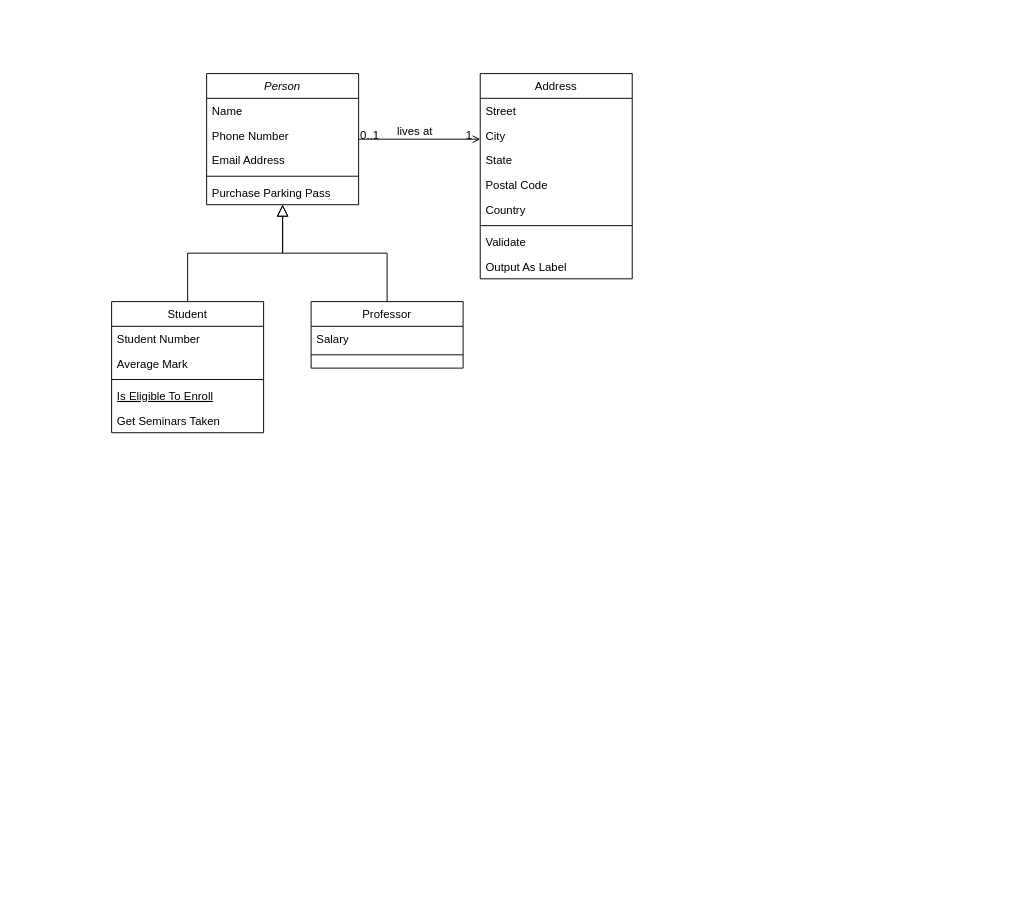
Earlier version of the draw.io diagram blog-api.drawio (Iam-cesar/blog-api). Source tidied: cells renumbered, new cells numbered last; positions are measured from the earlier drawing's top-left corner, leaving out a move shared by most shapes. Both pictures are drawn from the tidied source at 95%, with x=0, y=0 at pixel (111, 73).
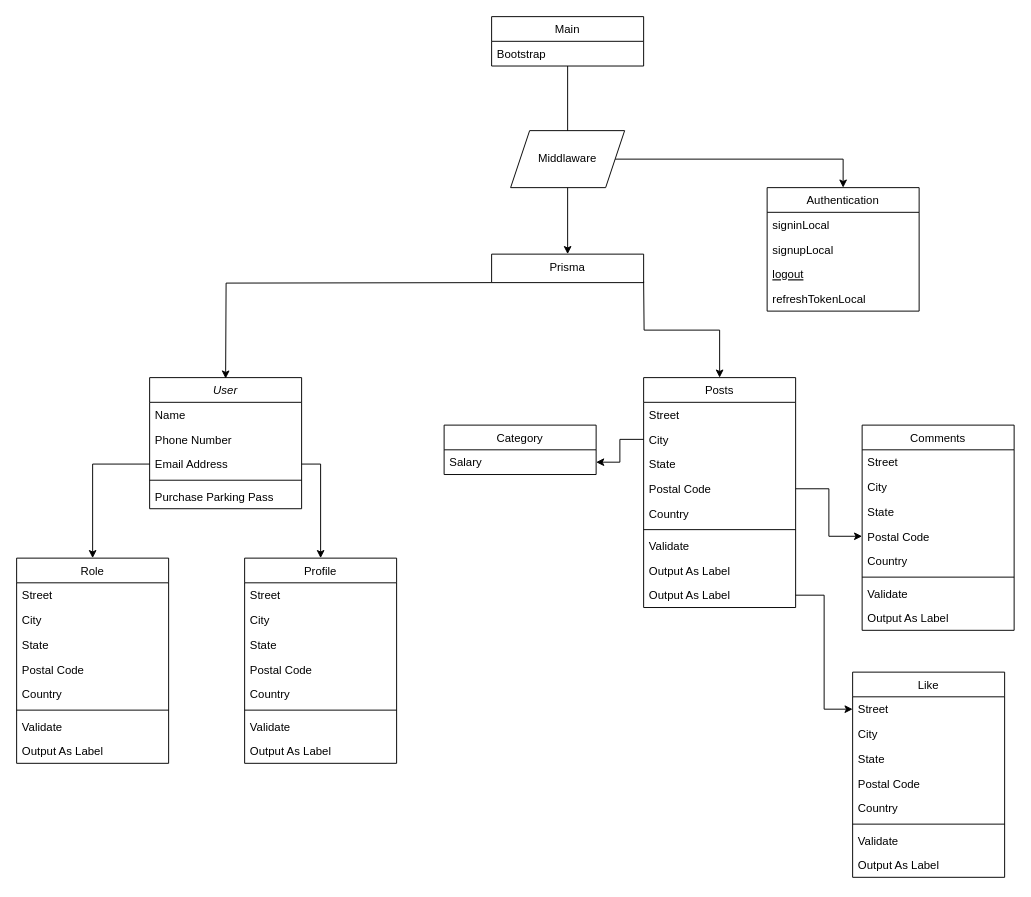
The same diagram, later.

Unchanged cells that the change refers to:
```xml
<mxCell id="5" value="Email Address" style="text;align=left;verticalAlign=top;spacingLeft=4;spacingRight=4;overflow=hidden;points=[[0,0.5],[1,0.5]];portConstraint=eastwest;rounded=0;shadow=0;html=0;" parent="2" vertex="1">
  <mxGeometry y="78" width="160" height="26" as="geometry" />
</mxCell>
<mxCell id="16" value="Salary" style="text;align=left;verticalAlign=top;spacingLeft=4;spacingRight=4;overflow=hidden;points=[[0,0.5],[1,0.5]];portConstraint=eastwest;" parent="15" vertex="1">
  <mxGeometry y="26" width="160" height="26" as="geometry" />
</mxCell>
```

Diff of the diagram source:
```diff
@@
-    <mxCell id="2" value="Person" style="swimlane;fontStyle=2;align=center;verticalAlign=top;horizontal=1;startSize=26;rounded=0;shadow=0;strokeWidth=1;" parent="1" vertex="1">
-      <mxGeometry x="100" width="160" height="138" as="geometry" />
+    <mxCell id="2" value="User" style="swimlane;fontStyle=2;align=center;verticalAlign=top;horizontal=1;startSize=26;rounded=0;shadow=0;strokeWidth=1;" parent="1" vertex="1">
+      <mxGeometry x="40" y="320" width="160" height="138" as="geometry" />
     </mxCell>
@@
-    <mxCell id="8" value="Student" style="swimlane;fontStyle=0;align=center;verticalAlign=top;horizontal=1;startSize=26;rounded=0;shadow=0;strokeWidth=1;" parent="1" vertex="1">
-      <mxGeometry y="240" width="160" height="138" as="geometry" />
+    <mxCell id="8" value="Authentication" style="swimlane;fontStyle=0;align=center;verticalAlign=top;horizontal=1;startSize=26;rounded=0;shadow=0;strokeWidth=1;" parent="1" vertex="1">
+      <mxGeometry x="690" y="120" width="160" height="130" as="geometry" />
     </mxCell>
-    <mxCell id="9" value="Student Number" style="text;align=left;verticalAlign=top;spacingLeft=4;spacingRight=4;overflow=hidden;" parent="8" vertex="1">
+    <mxCell id="9" value="signinLocal" style="text;align=left;verticalAlign=top;spacingLeft=4;spacingRight=4;overflow=hidden;" parent="8" vertex="1">
       <mxGeometry y="26" width="160" height="26" as="geometry" />
     </mxCell>
-    <mxCell id="10" value="Average Mark" style="text;align=left;verticalAlign=top;spacingLeft=4;spacingRight=4;overflow=hidden;rounded=0;shadow=0;html=0;" parent="8" vertex="1">
+    <mxCell id="10" value="signupLocal" style="text;align=left;verticalAlign=top;spacingLeft=4;spacingRight=4;overflow=hidden;rounded=0;shadow=0;html=0;" parent="8" vertex="1">
       <mxGeometry y="52" width="160" height="26" as="geometry" />
     </mxCell>
-    <mxCell id="11" style="line;html=1;strokeWidth=1;align=left;verticalAlign=middle;spacingTop=-1;spacingLeft=3;spacingRight=3;labelPosition=right;" parent="8" vertex="1">
-      <mxGeometry y="78" width="160" height="8" as="geometry" />
-    </mxCell>
-    <mxCell id="12" value="Is Eligible To Enroll" style="text;align=left;verticalAlign=top;spacingLeft=4;spacingRight=4;overflow=hidden;fontStyle=4;" parent="8" vertex="1">
-      <mxGeometry y="86" width="160" height="26" as="geometry" />
+    <mxCell id="12" value="logout" style="text;align=left;verticalAlign=top;spacingLeft=4;spacingRight=4;overflow=hidden;fontStyle=4;" parent="8" vertex="1">
+      <mxGeometry y="78" width="160" height="26" as="geometry" />
     </mxCell>
-    <mxCell id="13" value="Get Seminars Taken" style="text;align=left;verticalAlign=top;spacingLeft=4;spacingRight=4;overflow=hidden;" parent="8" vertex="1">
-      <mxGeometry y="112" width="160" height="26" as="geometry" />
+    <mxCell id="13" value="refreshTokenLocal" style="text;align=left;verticalAlign=top;spacingLeft=4;spacingRight=4;overflow=hidden;" parent="8" vertex="1">
+      <mxGeometry y="104" width="160" height="26" as="geometry" />
     </mxCell>
-    <mxCell id="14" style="endArrow=block;endSize=10;endFill=0;shadow=0;strokeWidth=1;rounded=0;edgeStyle=elbowEdgeStyle;elbow=vertical;" parent="1" edge="1" source="8" target="2">
-      <mxGeometry relative="1" as="geometry" />
-    </mxCell>
-    <mxCell id="15" value="Professor" style="swimlane;fontStyle=0;align=center;verticalAlign=top;horizontal=1;startSize=26;rounded=0;shadow=0;strokeWidth=1;" parent="1" vertex="1">
-      <mxGeometry x="210" y="240" width="160" height="70" as="geometry" />
+    <mxCell id="15" value="Category&#10;" style="swimlane;fontStyle=0;align=center;verticalAlign=top;horizontal=1;startSize=26;rounded=0;shadow=0;strokeWidth=1;" parent="1" vertex="1">
+      <mxGeometry x="350" y="370" width="160" height="52" as="geometry" />
     </mxCell>
@@
-    <mxCell id="17" style="line;html=1;strokeWidth=1;align=left;verticalAlign=middle;spacingTop=-1;spacingLeft=3;spacingRight=3;labelPosition=right;" parent="15" vertex="1">
-      <mxGeometry y="52" width="160" height="8" as="geometry" />
-    </mxCell>
-    <mxCell id="18" style="endArrow=block;endSize=10;endFill=0;shadow=0;strokeWidth=1;rounded=0;edgeStyle=elbowEdgeStyle;elbow=vertical;" parent="1" edge="1" source="15" target="2">
-      <mxGeometry relative="1" as="geometry" />
-    </mxCell>
-    <mxCell id="19" value="Address" style="swimlane;fontStyle=0;align=center;verticalAlign=top;horizontal=1;startSize=26;rounded=0;shadow=0;strokeWidth=1;" parent="1" vertex="1">
-      <mxGeometry x="388" width="160" height="216" as="geometry" />
+    <mxCell id="19" value="Profile" style="swimlane;fontStyle=0;align=center;verticalAlign=top;horizontal=1;startSize=26;rounded=0;shadow=0;strokeWidth=1;" parent="1" vertex="1">
+      <mxGeometry x="140" y="510" width="160" height="216" as="geometry" />
     </mxCell>
@@
-    <mxCell id="28" style="endArrow=open;shadow=0;strokeWidth=1;rounded=0;endFill=1;edgeStyle=elbowEdgeStyle;elbow=vertical;" parent="1" edge="1" source="2" target="19">
-      <mxGeometry x="0.5" y="41" relative="1" as="geometry">
-        <mxPoint x="-40" y="32" as="offset" />
-      </mxGeometry>
-    </mxCell>
-    <mxCell id="29" value="0..1" style="align=left;verticalAlign=bottom;labelBackgroundColor=none;fontSize=12;" parent="28" vertex="1">
-      <mxGeometry x="-1" relative="1" as="geometry">
-        <mxPoint y="4" as="offset" />
-      </mxGeometry>
-    </mxCell>
-    <mxCell id="30" value="1" style="align=right;verticalAlign=bottom;labelBackgroundColor=none;fontSize=12;" parent="28" vertex="1">
-      <mxGeometry x="1" relative="1" as="geometry">
-        <mxPoint x="-7" y="4" as="offset" />
-      </mxGeometry>
-    </mxCell>
-    <mxCell id="31" value="lives at" style="text;html=1;align=center;verticalAlign=middle;labelBackgroundColor=none;rounded=0;shadow=0;strokeWidth=1;fontSize=12;" parent="28" vertex="1">
-      <mxGeometry x="0.5" y="49" relative="1" as="geometry">
-        <mxPoint x="-38" y="40" as="offset" />
-      </mxGeometry>
-    </mxCell>
+    <mxCell id="32" value="Comments" style="swimlane;fontStyle=0;align=center;verticalAlign=top;horizontal=1;startSize=26;rounded=0;shadow=0;strokeWidth=1;" parent="1" vertex="1">
+      <mxGeometry x="790" y="370" width="160" height="216" as="geometry" />
+    </mxCell>
+    <mxCell id="33" value="Street" style="text;align=left;verticalAlign=top;spacingLeft=4;spacingRight=4;overflow=hidden;" parent="32" vertex="1">
+      <mxGeometry y="26" width="160" height="26" as="geometry" />
+    </mxCell>
+    <mxCell id="34" value="City" style="text;align=left;verticalAlign=top;spacingLeft=4;spacingRight=4;overflow=hidden;rounded=0;shadow=0;html=0;" parent="32" vertex="1">
+      <mxGeometry y="52" width="160" height="26" as="geometry" />
+    </mxCell>
+    <mxCell id="35" value="State" style="text;align=left;verticalAlign=top;spacingLeft=4;spacingRight=4;overflow=hidden;rounded=0;shadow=0;html=0;" parent="32" vertex="1">
+      <mxGeometry y="78" width="160" height="26" as="geometry" />
+    </mxCell>
+    <mxCell id="36" value="Postal Code" style="text;align=left;verticalAlign=top;spacingLeft=4;spacingRight=4;overflow=hidden;points=[[0,0.5],[1,0.5]];portConstraint=eastwest;rounded=0;shadow=0;html=0;" parent="32" vertex="1">
+      <mxGeometry y="104" width="160" height="26" as="geometry" />
+    </mxCell>
+    <mxCell id="37" value="Country" style="text;align=left;verticalAlign=top;spacingLeft=4;spacingRight=4;overflow=hidden;rounded=0;shadow=0;html=0;" parent="32" vertex="1">
+      <mxGeometry y="130" width="160" height="26" as="geometry" />
+    </mxCell>
+    <mxCell id="38" style="line;html=1;strokeWidth=1;align=left;verticalAlign=middle;spacingTop=-1;spacingLeft=3;spacingRight=3;labelPosition=right;" parent="32" vertex="1">
+      <mxGeometry y="156" width="160" height="8" as="geometry" />
+    </mxCell>
+    <mxCell id="39" value="Validate" style="text;align=left;verticalAlign=top;spacingLeft=4;spacingRight=4;overflow=hidden;" parent="32" vertex="1">
+      <mxGeometry y="164" width="160" height="26" as="geometry" />
+    </mxCell>
+    <mxCell id="40" value="Output As Label" style="text;align=left;verticalAlign=top;spacingLeft=4;spacingRight=4;overflow=hidden;" parent="32" vertex="1">
+      <mxGeometry y="190" width="160" height="26" as="geometry" />
+    </mxCell>
+    <mxCell id="41" value="Like" style="swimlane;fontStyle=0;align=center;verticalAlign=top;horizontal=1;startSize=26;rounded=0;shadow=0;strokeWidth=1;" parent="1" vertex="1">
+      <mxGeometry x="780" y="630" width="160" height="216" as="geometry" />
+    </mxCell>
+    <mxCell id="42" value="Street" style="text;align=left;verticalAlign=top;spacingLeft=4;spacingRight=4;overflow=hidden;points=[[0,0.5],[1,0.5]];portConstraint=eastwest;" parent="41" vertex="1">
+      <mxGeometry y="26" width="160" height="26" as="geometry" />
+    </mxCell>
+    <mxCell id="43" value="City" style="text;align=left;verticalAlign=top;spacingLeft=4;spacingRight=4;overflow=hidden;rounded=0;shadow=0;html=0;" parent="41" vertex="1">
+      <mxGeometry y="52" width="160" height="26" as="geometry" />
+    </mxCell>
+    <mxCell id="44" value="State" style="text;align=left;verticalAlign=top;spacingLeft=4;spacingRight=4;overflow=hidden;rounded=0;shadow=0;html=0;" parent="41" vertex="1">
+      <mxGeometry y="78" width="160" height="26" as="geometry" />
+    </mxCell>
+    <mxCell id="45" value="Postal Code" style="text;align=left;verticalAlign=top;spacingLeft=4;spacingRight=4;overflow=hidden;rounded=0;shadow=0;html=0;" parent="41" vertex="1">
+      <mxGeometry y="104" width="160" height="26" as="geometry" />
+    </mxCell>
+    <mxCell id="46" value="Country" style="text;align=left;verticalAlign=top;spacingLeft=4;spacingRight=4;overflow=hidden;rounded=0;shadow=0;html=0;" parent="41" vertex="1">
+      <mxGeometry y="130" width="160" height="26" as="geometry" />
+    </mxCell>
+    <mxCell id="47" style="line;html=1;strokeWidth=1;align=left;verticalAlign=middle;spacingTop=-1;spacingLeft=3;spacingRight=3;labelPosition=right;" parent="41" vertex="1">
+      <mxGeometry y="156" width="160" height="8" as="geometry" />
+    </mxCell>
+    <mxCell id="48" value="Validate" style="text;align=left;verticalAlign=top;spacingLeft=4;spacingRight=4;overflow=hidden;" parent="41" vertex="1">
+      <mxGeometry y="164" width="160" height="26" as="geometry" />
+    </mxCell>
+    <mxCell id="49" value="Output As Label" style="text;align=left;verticalAlign=top;spacingLeft=4;spacingRight=4;overflow=hidden;" parent="41" vertex="1">
+      <mxGeometry y="190" width="160" height="26" as="geometry" />
+    </mxCell>
+    <mxCell id="50" value="Posts" style="swimlane;fontStyle=0;align=center;verticalAlign=top;horizontal=1;startSize=26;rounded=0;shadow=0;strokeWidth=1;" parent="1" vertex="1">
+      <mxGeometry x="560" y="320" width="160" height="242" as="geometry" />
+    </mxCell>
+    <mxCell id="51" value="Street" style="text;align=left;verticalAlign=top;spacingLeft=4;spacingRight=4;overflow=hidden;" parent="50" vertex="1">
+      <mxGeometry y="26" width="160" height="26" as="geometry" />
+    </mxCell>
+    <mxCell id="52" value="City" style="text;align=left;verticalAlign=top;spacingLeft=4;spacingRight=4;overflow=hidden;points=[[0,0.5],[1,0.5]];portConstraint=eastwest;rounded=0;shadow=0;html=0;" parent="50" vertex="1">
+      <mxGeometry y="52" width="160" height="26" as="geometry" />
+    </mxCell>
+    <mxCell id="53" value="State" style="text;align=left;verticalAlign=top;spacingLeft=4;spacingRight=4;overflow=hidden;rounded=0;shadow=0;html=0;" parent="50" vertex="1">
+      <mxGeometry y="78" width="160" height="26" as="geometry" />
+    </mxCell>
+    <mxCell id="54" value="Postal Code" style="text;align=left;verticalAlign=top;spacingLeft=4;spacingRight=4;overflow=hidden;points=[[0,0.5],[1,0.5]];portConstraint=eastwest;rounded=0;shadow=0;html=0;" parent="50" vertex="1">
+      <mxGeometry y="104" width="160" height="26" as="geometry" />
+    </mxCell>
+    <mxCell id="55" value="Country" style="text;align=left;verticalAlign=top;spacingLeft=4;spacingRight=4;overflow=hidden;rounded=0;shadow=0;html=0;" parent="50" vertex="1">
+      <mxGeometry y="130" width="160" height="26" as="geometry" />
+    </mxCell>
+    <mxCell id="56" style="line;html=1;strokeWidth=1;align=left;verticalAlign=middle;spacingTop=-1;spacingLeft=3;spacingRight=3;labelPosition=right;" parent="50" vertex="1">
+      <mxGeometry y="156" width="160" height="8" as="geometry" />
+    </mxCell>
+    <mxCell id="57" value="Validate" style="text;align=left;verticalAlign=top;spacingLeft=4;spacingRight=4;overflow=hidden;" parent="50" vertex="1">
+      <mxGeometry y="164" width="160" height="26" as="geometry" />
+    </mxCell>
+    <mxCell id="58" value="Output As Label" style="text;align=left;verticalAlign=top;spacingLeft=4;spacingRight=4;overflow=hidden;" parent="50" vertex="1">
+      <mxGeometry y="190" width="160" height="26" as="geometry" />
+    </mxCell>
+    <mxCell id="59" value="Output As Label" style="text;align=left;verticalAlign=top;spacingLeft=4;spacingRight=4;overflow=hidden;points=[[0,0.5],[1,0.5]];portConstraint=eastwest;" parent="50" vertex="1">
+      <mxGeometry y="216" width="160" height="26" as="geometry" />
+    </mxCell>
+    <mxCell id="60" value="Role" style="swimlane;fontStyle=0;align=center;verticalAlign=top;horizontal=1;startSize=26;rounded=0;shadow=0;strokeWidth=1;" parent="1" vertex="1">
+      <mxGeometry x="-100" y="510" width="160" height="216" as="geometry" />
+    </mxCell>
+    <mxCell id="61" value="Street" style="text;align=left;verticalAlign=top;spacingLeft=4;spacingRight=4;overflow=hidden;" parent="60" vertex="1">
+      <mxGeometry y="26" width="160" height="26" as="geometry" />
+    </mxCell>
+    <mxCell id="62" value="City" style="text;align=left;verticalAlign=top;spacingLeft=4;spacingRight=4;overflow=hidden;rounded=0;shadow=0;html=0;" parent="60" vertex="1">
+      <mxGeometry y="52" width="160" height="26" as="geometry" />
+    </mxCell>
+    <mxCell id="63" value="State" style="text;align=left;verticalAlign=top;spacingLeft=4;spacingRight=4;overflow=hidden;rounded=0;shadow=0;html=0;" parent="60" vertex="1">
+      <mxGeometry y="78" width="160" height="26" as="geometry" />
+    </mxCell>
+    <mxCell id="64" value="Postal Code" style="text;align=left;verticalAlign=top;spacingLeft=4;spacingRight=4;overflow=hidden;rounded=0;shadow=0;html=0;" parent="60" vertex="1">
+      <mxGeometry y="104" width="160" height="26" as="geometry" />
+    </mxCell>
+    <mxCell id="65" value="Country" style="text;align=left;verticalAlign=top;spacingLeft=4;spacingRight=4;overflow=hidden;rounded=0;shadow=0;html=0;" parent="60" vertex="1">
+      <mxGeometry y="130" width="160" height="26" as="geometry" />
+    </mxCell>
+    <mxCell id="66" style="line;html=1;strokeWidth=1;align=left;verticalAlign=middle;spacingTop=-1;spacingLeft=3;spacingRight=3;labelPosition=right;" parent="60" vertex="1">
+      <mxGeometry y="156" width="160" height="8" as="geometry" />
+    </mxCell>
+    <mxCell id="67" value="Validate" style="text;align=left;verticalAlign=top;spacingLeft=4;spacingRight=4;overflow=hidden;" parent="60" vertex="1">
+      <mxGeometry y="164" width="160" height="26" as="geometry" />
+    </mxCell>
+    <mxCell id="68" value="Output As Label" style="text;align=left;verticalAlign=top;spacingLeft=4;spacingRight=4;overflow=hidden;" parent="60" vertex="1">
+      <mxGeometry y="190" width="160" height="26" as="geometry" />
+    </mxCell>
+    <mxCell id="69" value="Prisma" style="swimlane;fontStyle=0;align=center;verticalAlign=top;horizontal=1;startSize=30;rounded=0;shadow=0;strokeWidth=1;" parent="1" vertex="1">
+      <mxGeometry x="400" y="190" width="160" height="30" as="geometry" />
+    </mxCell>
+    <mxCell id="70" style="edgeStyle=orthogonalEdgeStyle;rounded=0;jettySize=auto;html=1;entryX=0.5;entryY=0;entryDx=0;entryDy=0;" parent="1" edge="1" source="71" target="69">
+      <mxGeometry relative="1" as="geometry" />
+    </mxCell>
+    <mxCell id="71" value="Main" style="swimlane;fontStyle=0;align=center;verticalAlign=top;horizontal=1;startSize=26;rounded=0;shadow=0;strokeWidth=1;" parent="1" vertex="1">
+      <mxGeometry x="400" y="-60" width="160" height="52" as="geometry" />
+    </mxCell>
+    <mxCell id="72" value="Bootstrap" style="text;align=left;verticalAlign=top;spacingLeft=4;spacingRight=4;overflow=hidden;" parent="71" vertex="1">
+      <mxGeometry y="26" width="160" height="26" as="geometry" />
+    </mxCell>
+    <mxCell id="73" style="edgeStyle=orthogonalEdgeStyle;rounded=0;jettySize=auto;html=1;entryX=0.5;entryY=0;entryDx=0;entryDy=0;" parent="1" edge="1" target="50">
+      <mxGeometry relative="1" as="geometry">
+        <mxPoint x="560" y="219" as="sourcePoint" />
+      </mxGeometry>
+    </mxCell>
+    <mxCell id="74" style="edgeStyle=orthogonalEdgeStyle;rounded=0;orthogonalLoop=1;jettySize=auto;html=1;entryX=0.5;entryY=0;entryDx=0;entryDy=0;" parent="1" edge="1">
+      <mxGeometry relative="1" as="geometry">
+        <mxPoint x="400" y="220" as="sourcePoint" />
+        <mxPoint x="120" y="321" as="targetPoint" />
+      </mxGeometry>
+    </mxCell>
+    <mxCell id="75" style="edgeStyle=orthogonalEdgeStyle;rounded=0;jettySize=auto;html=1;" parent="1" edge="1" source="5" target="19">
+      <mxGeometry relative="1" as="geometry" />
+    </mxCell>
+    <mxCell id="76" style="edgeStyle=orthogonalEdgeStyle;rounded=0;jettySize=auto;html=1;entryX=0.5;entryY=0;entryDx=0;entryDy=0;" parent="1" edge="1" source="5" target="60">
+      <mxGeometry relative="1" as="geometry" />
+    </mxCell>
+    <mxCell id="77" style="edgeStyle=orthogonalEdgeStyle;rounded=0;jettySize=auto;html=1;entryX=0.5;entryY=0;entryDx=0;entryDy=0;" parent="1" edge="1" source="78" target="8">
+      <mxGeometry relative="1" as="geometry" />
+    </mxCell>
+    <mxCell id="78" value="Middlaware" style="shape=parallelogram;perimeter=parallelogramPerimeter;whiteSpace=wrap;html=1;fixedSize=1;" parent="1" vertex="1">
+      <mxGeometry x="420" y="60" width="120" height="60" as="geometry" />
+    </mxCell>
+    <mxCell id="79" style="edgeStyle=orthogonalEdgeStyle;rounded=0;jettySize=auto;html=1;" parent="1" edge="1" source="52" target="16">
+      <mxGeometry relative="1" as="geometry" />
+    </mxCell>
+    <mxCell id="80" style="edgeStyle=orthogonalEdgeStyle;rounded=0;jettySize=auto;html=1;" parent="1" edge="1" source="54" target="36">
+      <mxGeometry relative="1" as="geometry" />
+    </mxCell>
+    <mxCell id="81" style="edgeStyle=orthogonalEdgeStyle;rounded=0;jettySize=auto;html=1;entryX=0;entryY=0.5;entryDx=0;entryDy=0;" parent="1" edge="1" source="59" target="42">
+      <mxGeometry relative="1" as="geometry" />
+    </mxCell>
```
